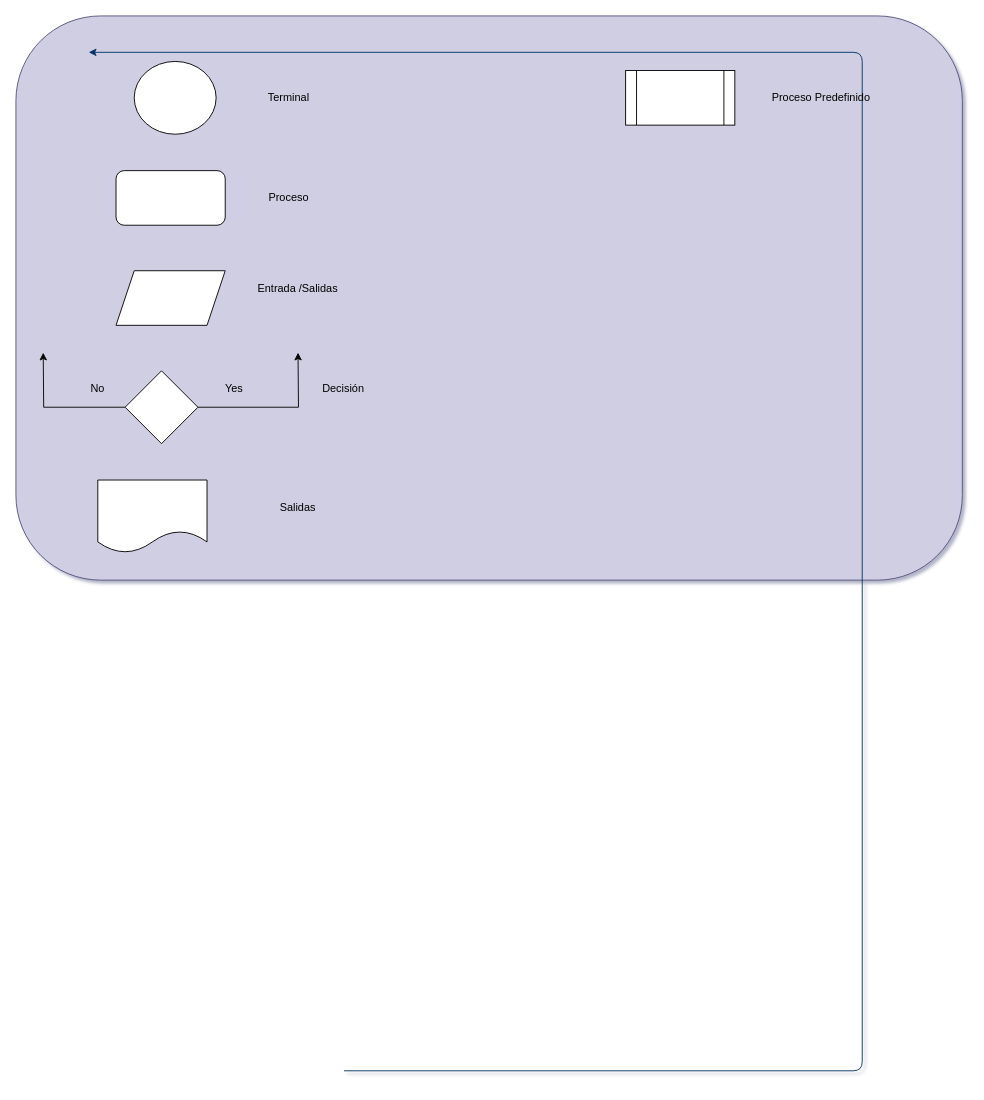
FranMaster/clasesRamses keeps this draw.io diagram as Untitled Diagram.drawio. Above is the earlier version. Source tidied: cells renumbered, new cells numbered last; positions are measured from the earlier drawing's top-left corner, leaving out a move shared by most shapes. Both pictures are drawn from the tidied source at 91%, with x=0, y=0 at pixel (15, 15). Pictures stored in the file or linked from it are replaced by grey dashed boxes.
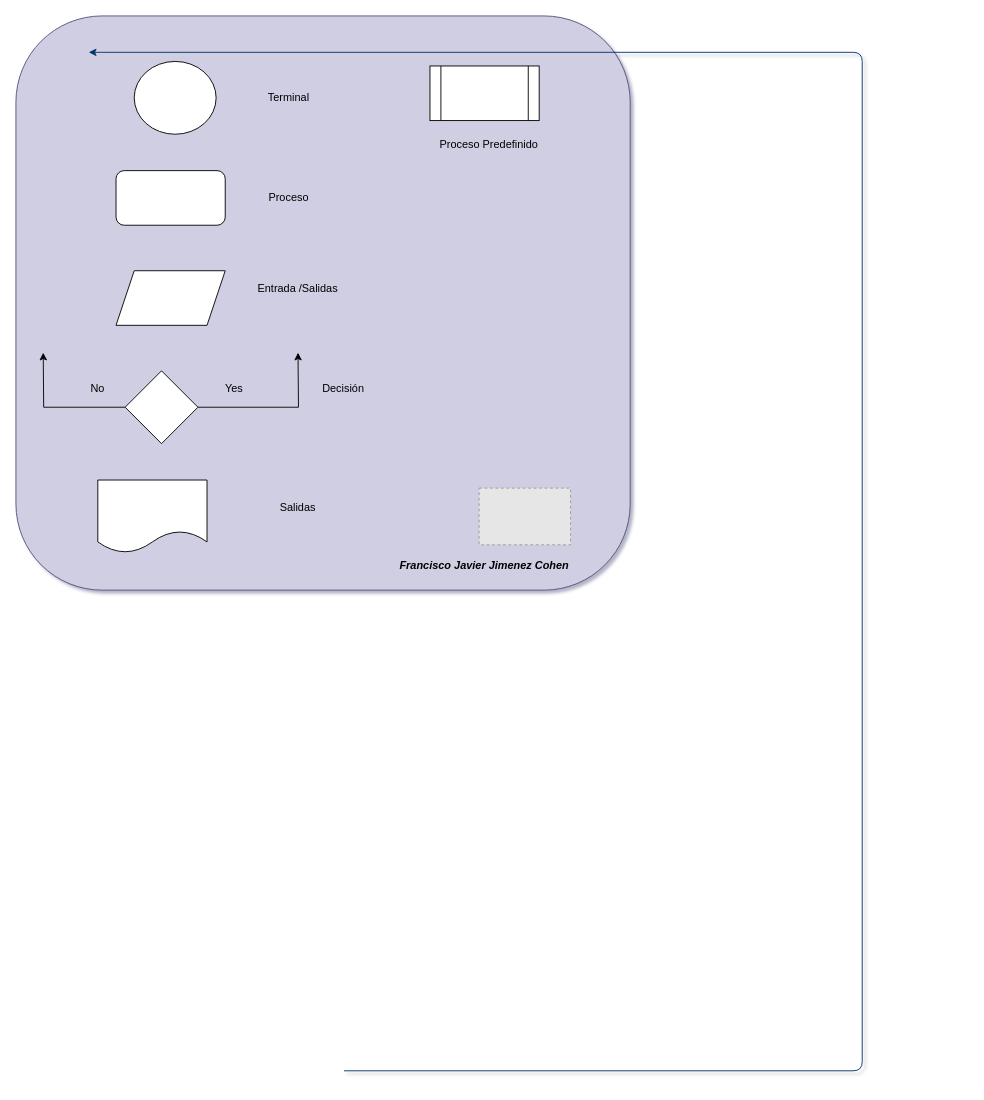
The same diagram, later.

Change to the diagram source:
```diff
@@
     <mxCell id="2" style="rounded=1;whiteSpace=wrap;html=1;fillColor=#d0cee2;strokeColor=#56517e;" parent="1" vertex="1">
-      <mxGeometry width="1040" height="620" as="geometry" />
+      <mxGeometry width="675" height="631" as="geometry" />
     </mxCell>
@@
     <mxCell id="13" style="shape=process;whiteSpace=wrap;html=1;backgroundOutline=1;" parent="1" vertex="1">
-      <mxGeometry x="670" y="60" width="120" height="60" as="geometry" />
+      <mxGeometry x="455" y="55" width="120" height="60" as="geometry" />
     </mxCell>
@@
     <mxCell id="19" value="Proceso Predefinido" style="text;html=1;strokeColor=none;fillColor=none;align=center;verticalAlign=middle;whiteSpace=wrap;rounded=0;" parent="1" vertex="1">
-      <mxGeometry x="810" y="70" width="150" height="40" as="geometry" />
+      <mxGeometry x="445" y="122" width="150" height="40" as="geometry" />
     </mxCell>
+    <mxCell id="20" value="Francisco Javier Jimenez Cohen" style="text;html=1;strokeColor=none;fillColor=none;align=center;verticalAlign=middle;whiteSpace=wrap;rounded=0;fontStyle=3;" parent="1" vertex="1">
+      <mxGeometry x="381" y="594" width="268" height="20" as="geometry" />
+    </mxCell>
+    <mxCell id="21" style="fillColor=#E6E6E6;strokeColor=#999999;dashed=1;verticalLabelPosition=bottom;labelBackgroundColor=#ffffff;verticalAlign=top;" parent="1" vertex="1">
+      <mxGeometry x="509" y="518.9" width="100.5" height="62.3" as="geometry" />
+    </mxCell>
```
